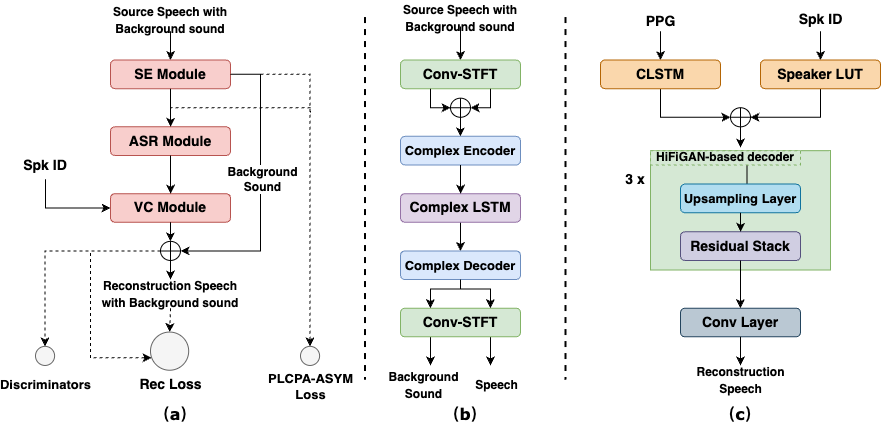
This is s2/model.drawio.png from yaoxunji/background_sound_vc, a draw.io export, as it was before one commit. Source tidied: cells renumbered, new cells last; positions are measured from the earlier drawing's top-left corner, leaving out a move shared by most shapes. Source of this version:
```xml
<mxGraphModel>
  <root>
    <mxCell id="0" />
    <mxCell id="1" parent="0" />
    <mxCell id="2" style="rounded=0;whiteSpace=wrap;html=1;fillColor=#d5e8d4;strokeColor=#82b366;" parent="1" vertex="1">
      <mxGeometry x="638" y="143.2" width="180" height="119.3" as="geometry" />
    </mxCell>
    <mxCell id="3" value="Conv-STFT" style="rounded=1;whiteSpace=wrap;html=1;fillColor=#d5e8d4;strokeColor=#82b366;fontStyle=1;fontSize=14;" parent="1" vertex="1">
      <mxGeometry x="388" y="52.5" width="120" height="28.6" as="geometry" />
    </mxCell>
    <mxCell id="4" style="shape=orEllipse;perimeter=ellipsePerimeter;whiteSpace=wrap;html=1;backgroundOutline=1;" parent="1" vertex="1">
      <mxGeometry x="438" y="90.7" width="20" height="19.1" as="geometry" />
    </mxCell>
    <mxCell id="5" style="edgeStyle=orthogonalEdgeStyle;rounded=0;jettySize=auto;html=1;exitX=0.25;exitY=1;exitDx=0;exitDy=0;entryX=0;entryY=0.5;entryDx=0;entryDy=0;" parent="1" edge="1" source="3" target="4">
      <mxGeometry relative="1" as="geometry">
        <Array as="points">
          <mxPoint x="418" y="100.2" />
        </Array>
      </mxGeometry>
    </mxCell>
    <mxCell id="6" style="edgeStyle=orthogonalEdgeStyle;rounded=0;jettySize=auto;html=1;exitX=0.75;exitY=1;exitDx=0;exitDy=0;entryX=1;entryY=0.5;entryDx=0;entryDy=0;" parent="1" edge="1" source="3" target="4">
      <mxGeometry relative="1" as="geometry">
        <Array as="points">
          <mxPoint x="478" y="100.2" />
        </Array>
      </mxGeometry>
    </mxCell>
    <mxCell id="7" value="Complex Encoder" style="rounded=1;whiteSpace=wrap;html=1;fillColor=#dae8fc;strokeColor=#6c8ebf;fontStyle=1;fontSize=13;" parent="1" vertex="1">
      <mxGeometry x="388" y="128.9" width="120" height="28.6" as="geometry" />
    </mxCell>
    <mxCell id="8" style="edgeStyle=orthogonalEdgeStyle;rounded=0;jettySize=auto;html=1;exitX=0.5;exitY=1;exitDx=0;exitDy=0;entryX=0.5;entryY=0;entryDx=0;entryDy=0;" parent="1" edge="1" source="4" target="7">
      <mxGeometry relative="1" as="geometry" />
    </mxCell>
    <mxCell id="9" value="Complex Decoder" style="rounded=1;whiteSpace=wrap;html=1;fillColor=#dae8fc;strokeColor=#6c8ebf;fontStyle=1;fontSize=13;" parent="1" vertex="1">
      <mxGeometry x="388" y="243.4" width="120" height="28.6" as="geometry" />
    </mxCell>
    <mxCell id="10" style="edgeStyle=orthogonalEdgeStyle;rounded=0;jettySize=auto;html=1;exitX=0.25;exitY=1;exitDx=0;exitDy=0;" parent="1" edge="1" source="12">
      <mxGeometry relative="1" as="geometry">
        <mxPoint x="418" y="358" as="targetPoint" />
      </mxGeometry>
    </mxCell>
    <mxCell id="11" style="edgeStyle=orthogonalEdgeStyle;rounded=0;jettySize=auto;html=1;exitX=0.75;exitY=1;exitDx=0;exitDy=0;" parent="1" edge="1" source="12">
      <mxGeometry relative="1" as="geometry">
        <mxPoint x="478" y="358" as="targetPoint" />
      </mxGeometry>
    </mxCell>
    <mxCell id="12" value="Conv-STFT" style="rounded=1;whiteSpace=wrap;html=1;fillColor=#d5e8d4;strokeColor=#82b366;fontStyle=1;fontSize=14;" parent="1" vertex="1">
      <mxGeometry x="388" y="300.7" width="120" height="28.6" as="geometry" />
    </mxCell>
    <mxCell id="13" style="edgeStyle=orthogonalEdgeStyle;rounded=0;jettySize=auto;html=1;exitX=0.5;exitY=1;exitDx=0;exitDy=0;entryX=0.25;entryY=0;entryDx=0;entryDy=0;" parent="1" edge="1" source="9" target="12">
      <mxGeometry relative="1" as="geometry">
        <Array as="points">
          <mxPoint x="448" y="281.6" />
          <mxPoint x="418" y="281.6" />
        </Array>
      </mxGeometry>
    </mxCell>
    <mxCell id="14" style="edgeStyle=orthogonalEdgeStyle;rounded=0;jettySize=auto;html=1;exitX=0.5;exitY=1;exitDx=0;exitDy=0;entryX=0.75;entryY=0;entryDx=0;entryDy=0;" parent="1" edge="1" source="9" target="12">
      <mxGeometry relative="1" as="geometry">
        <Array as="points">
          <mxPoint x="448" y="281.6" />
          <mxPoint x="478" y="281.6" />
        </Array>
      </mxGeometry>
    </mxCell>
    <mxCell id="15" style="edgeStyle=orthogonalEdgeStyle;rounded=0;jettySize=auto;html=1;exitX=0.5;exitY=1;exitDx=0;exitDy=0;entryX=0.5;entryY=0;entryDx=0;entryDy=0;" parent="1" edge="1" source="16" target="9">
      <mxGeometry relative="1" as="geometry" />
    </mxCell>
    <mxCell id="16" value="Complex LSTM" style="rounded=1;whiteSpace=wrap;html=1;fillColor=#e1d5e7;strokeColor=#9673a6;fontStyle=1;fontSize=14;" parent="1" vertex="1">
      <mxGeometry x="388" y="186.1" width="120" height="28.6" as="geometry" />
    </mxCell>
    <mxCell id="17" style="edgeStyle=orthogonalEdgeStyle;rounded=0;jettySize=auto;html=1;exitX=0.5;exitY=1;exitDx=0;exitDy=0;entryX=0.5;entryY=0;entryDx=0;entryDy=0;" parent="1" edge="1" source="7" target="16">
      <mxGeometry relative="1" as="geometry" />
    </mxCell>
    <mxCell id="18" style="edgeStyle=orthogonalEdgeStyle;rounded=0;jettySize=auto;html=1;exitX=0.5;exitY=1;exitDx=0;exitDy=0;entryX=0;entryY=0.5;entryDx=0;entryDy=0;endArrow=classic;endFill=1;" parent="1" edge="1" source="19" target="27">
      <mxGeometry relative="1" as="geometry" />
    </mxCell>
    <mxCell id="19" value="CLSTM" style="rounded=1;whiteSpace=wrap;html=1;fillColor=#fad7ac;strokeColor=#b46504;fontStyle=1;fontSize=14;" parent="1" vertex="1">
      <mxGeometry x="588" y="52.5" width="120" height="28.6" as="geometry" />
    </mxCell>
    <mxCell id="20" style="edgeStyle=orthogonalEdgeStyle;rounded=0;jettySize=auto;html=1;exitX=0.5;exitY=1;exitDx=0;exitDy=0;entryX=1;entryY=0.5;entryDx=0;entryDy=0;endArrow=classic;endFill=1;" parent="1" edge="1" source="21" target="27">
      <mxGeometry relative="1" as="geometry" />
    </mxCell>
    <mxCell id="21" value="Speaker LUT" style="rounded=1;whiteSpace=wrap;html=1;fillColor=#fad7ac;strokeColor=#b46504;fontStyle=1;fontSize=14;" parent="1" vertex="1">
      <mxGeometry x="748" y="52.5" width="120" height="28.6" as="geometry" />
    </mxCell>
    <mxCell id="22" style="edgeStyle=orthogonalEdgeStyle;rounded=0;jettySize=auto;html=1;exitX=0.5;exitY=0;exitDx=0;exitDy=0;entryX=0.643;entryY=0.965;entryDx=0;entryDy=0;entryPerimeter=0;endArrow=none;endFill=0;" parent="1" edge="1" source="23" target="70">
      <mxGeometry relative="1" as="geometry" />
    </mxCell>
    <mxCell id="23" value="Upsampling Layer" style="rounded=1;whiteSpace=wrap;html=1;fillColor=#b1ddf0;strokeColor=#10739e;fontStyle=1;fontSize=13;" parent="1" vertex="1">
      <mxGeometry x="668" y="176.6" width="120" height="28.6" as="geometry" />
    </mxCell>
    <mxCell id="24" value="Residual Stack" style="rounded=1;whiteSpace=wrap;html=1;fillColor=#d0cee2;strokeColor=#56517e;fontStyle=1;fontSize=14;" parent="1" vertex="1">
      <mxGeometry x="668" y="224.3" width="120" height="28.6" as="geometry" />
    </mxCell>
    <mxCell id="25" style="edgeStyle=orthogonalEdgeStyle;rounded=0;jettySize=auto;html=1;exitX=0.5;exitY=1;exitDx=0;exitDy=0;entryX=0.5;entryY=0;entryDx=0;entryDy=0;" parent="1" edge="1" source="23" target="24">
      <mxGeometry relative="1" as="geometry" />
    </mxCell>
    <mxCell id="26" style="edgeStyle=orthogonalEdgeStyle;rounded=0;jettySize=auto;html=1;exitX=0.5;exitY=1;exitDx=0;exitDy=0;endArrow=classic;endFill=1;" parent="1" edge="1" source="27">
      <mxGeometry relative="1" as="geometry">
        <mxPoint x="728" y="140" as="targetPoint" />
      </mxGeometry>
    </mxCell>
    <mxCell id="27" style="shape=orEllipse;perimeter=ellipsePerimeter;whiteSpace=wrap;html=1;backgroundOutline=1;" parent="1" vertex="1">
      <mxGeometry x="718" y="100.2" width="20" height="19.1" as="geometry" />
    </mxCell>
    <mxCell id="28" value="Conv Layer" style="rounded=1;whiteSpace=wrap;html=1;fillColor=#bac8d3;strokeColor=#23445d;fontStyle=1;fontSize=14;" parent="1" vertex="1">
      <mxGeometry x="668" y="300.7" width="120" height="28.6" as="geometry" />
    </mxCell>
    <mxCell id="29" style="edgeStyle=orthogonalEdgeStyle;rounded=0;jettySize=auto;html=1;exitX=0.5;exitY=1;exitDx=0;exitDy=0;entryX=0.5;entryY=0;entryDx=0;entryDy=0;" parent="1" edge="1" source="24" target="28">
      <mxGeometry relative="1" as="geometry" />
    </mxCell>
    <mxCell id="30" value="&lt;b style=&quot;font-size: 14px;&quot;&gt;&lt;font style=&quot;font-size: 14px;&quot;&gt;3 x&lt;/font&gt;&lt;/b&gt;" style="rounded=1;whiteSpace=wrap;html=1;strokeColor=none;fillColor=none;fontSize=14;" parent="1" vertex="1">
      <mxGeometry x="598" y="157.5" width="50" height="28.6" as="geometry" />
    </mxCell>
    <mxCell id="31" style="line;strokeWidth=2;direction=south;html=1;perimeter=backbonePerimeter;fontSize=14;fontColor=#D5E8D4;fillColor=#A9D4D4;dashed=1;" parent="1" vertex="1">
      <mxGeometry x="548" y="9.5" width="10" height="362.7" as="geometry" />
    </mxCell>
    <mxCell id="32" style="line;strokeWidth=2;direction=south;html=1;perimeter=backbonePerimeter;fontSize=14;fontColor=#D5E8D4;fillColor=#A9D4D4;dashed=1;" parent="1" vertex="1">
      <mxGeometry x="347.5" y="9.5" width="10" height="362.7" as="geometry" />
    </mxCell>
    <mxCell id="33" style="edgeStyle=orthogonalEdgeStyle;rounded=0;jettySize=auto;html=1;exitX=0.5;exitY=1;exitDx=0;exitDy=0;dashed=1;endArrow=none;endFill=0;" parent="1" edge="1" source="34">
      <mxGeometry relative="1" as="geometry">
        <mxPoint x="298" y="105" as="targetPoint" />
        <Array as="points">
          <mxPoint x="158" y="100.2" />
          <mxPoint x="298" y="100.2" />
        </Array>
      </mxGeometry>
    </mxCell>
    <mxCell id="34" value="SE Module" style="rounded=1;whiteSpace=wrap;html=1;fillColor=#f8cecc;strokeColor=#b85450;fontStyle=1;fontSize=14;" parent="1" vertex="1">
      <mxGeometry x="98" y="52.5" width="120" height="28.6" as="geometry" />
    </mxCell>
    <mxCell id="35" value="ASR Module" style="rounded=1;whiteSpace=wrap;html=1;fillColor=#f8cecc;strokeColor=#b85450;fontStyle=1;fontSize=14;" parent="1" vertex="1">
      <mxGeometry x="98" y="119.3" width="120" height="28.6" as="geometry" />
    </mxCell>
    <mxCell id="36" style="edgeStyle=orthogonalEdgeStyle;rounded=0;jettySize=auto;html=1;exitX=0.5;exitY=1;exitDx=0;exitDy=0;fontSize=14;fontColor=#D5E8D4;" parent="1" edge="1" source="34" target="35">
      <mxGeometry relative="1" as="geometry" />
    </mxCell>
    <mxCell id="37" value="VC Module" style="rounded=1;whiteSpace=wrap;html=1;fillColor=#f8cecc;strokeColor=#b85450;fontStyle=1;fontSize=14;" parent="1" vertex="1">
      <mxGeometry x="98" y="186.1" width="120" height="28.6" as="geometry" />
    </mxCell>
    <mxCell id="38" style="edgeStyle=orthogonalEdgeStyle;rounded=0;jettySize=auto;html=1;exitX=0.5;exitY=1;exitDx=0;exitDy=0;entryX=0.5;entryY=0;entryDx=0;entryDy=0;fontSize=14;fontColor=#D5E8D4;" parent="1" edge="1" source="35" target="37">
      <mxGeometry relative="1" as="geometry" />
    </mxCell>
    <mxCell id="39" style="shape=orEllipse;perimeter=ellipsePerimeter;whiteSpace=wrap;html=1;backgroundOutline=1;" parent="1" vertex="1">
      <mxGeometry x="148" y="233.9" width="20" height="19.1" as="geometry" />
    </mxCell>
    <mxCell id="40" style="edgeStyle=orthogonalEdgeStyle;rounded=0;jettySize=auto;html=1;exitX=1;exitY=0.5;exitDx=0;exitDy=0;entryX=1;entryY=0.5;entryDx=0;entryDy=0;fontSize=14;fontColor=#D5E8D4;" parent="1" edge="1" source="34" target="39">
      <mxGeometry relative="1" as="geometry">
        <Array as="points">
          <mxPoint x="248" y="66.8" />
          <mxPoint x="248" y="243.4" />
        </Array>
      </mxGeometry>
    </mxCell>
    <mxCell id="41" value="&lt;font style=&quot;font-size: 12px;&quot;&gt;&lt;b&gt;Background&lt;br&gt;Sound&lt;br&gt;&lt;/b&gt;&lt;/font&gt;" style="edgeLabel;html=1;align=center;verticalAlign=middle;" parent="40" vertex="1">
      <mxGeometry x="-0.15" y="2" relative="1" as="geometry">
        <mxPoint x="-1" y="14" as="offset" />
      </mxGeometry>
    </mxCell>
    <mxCell id="42" style="edgeStyle=orthogonalEdgeStyle;rounded=0;jettySize=auto;html=1;exitX=0.5;exitY=1;exitDx=0;exitDy=0;entryX=0.5;entryY=0;entryDx=0;entryDy=0;fontSize=14;fontColor=#D5E8D4;" parent="1" edge="1" source="37" target="39">
      <mxGeometry relative="1" as="geometry" />
    </mxCell>
    <mxCell id="43" style="edgeStyle=orthogonalEdgeStyle;rounded=0;jettySize=auto;html=1;exitX=0.5;exitY=1;exitDx=0;exitDy=0;entryX=0;entryY=0.5;entryDx=0;entryDy=0;fontSize=14;endArrow=classic;endFill=1;" parent="1" edge="1" source="44" target="37">
      <mxGeometry relative="1" as="geometry">
        <Array as="points">
          <mxPoint x="33" y="200.5" />
        </Array>
      </mxGeometry>
    </mxCell>
    <mxCell id="44" value="&lt;font style=&quot;font-size: 14px;&quot;&gt;Spk ID&lt;/font&gt;" style="rounded=1;whiteSpace=wrap;html=1;strokeColor=none;fillColor=none;fontStyle=1;" parent="1" vertex="1">
      <mxGeometry x="8" y="143.2" width="50" height="28.6" as="geometry" />
    </mxCell>
    <mxCell id="45" style="edgeStyle=orthogonalEdgeStyle;rounded=0;jettySize=auto;html=1;exitX=0.5;exitY=1;exitDx=0;exitDy=0;entryX=0.5;entryY=0;entryDx=0;entryDy=0;fontSize=12;fontColor=#D5E8D4;" parent="1" edge="1" source="46" target="3">
      <mxGeometry relative="1" as="geometry" />
    </mxCell>
    <mxCell id="46" value="&lt;b&gt;&lt;font style=&quot;font-size: 12px;&quot;&gt;Source Speech with Background sound&lt;/font&gt;&lt;/b&gt;" style="rounded=1;whiteSpace=wrap;html=1;strokeColor=none;fillColor=none;fontSize=14;" parent="1" vertex="1">
      <mxGeometry x="379.2" width="137.5" height="19.1" as="geometry" />
    </mxCell>
    <mxCell id="47" value="&lt;b style=&quot;font-size: 12px; background-color: rgb(255, 255, 255);&quot;&gt;Background&lt;br&gt;Sound&lt;/b&gt;" style="rounded=1;whiteSpace=wrap;html=1;strokeColor=none;fillColor=none;fontSize=14;" parent="1" vertex="1">
      <mxGeometry x="379.2" y="362.7" width="65" height="28.6" as="geometry" />
    </mxCell>
    <mxCell id="48" value="&lt;b style=&quot;&quot;&gt;&lt;font style=&quot;font-size: 12px;&quot;&gt;Speech&lt;/font&gt;&lt;/b&gt;" style="rounded=1;whiteSpace=wrap;html=1;strokeColor=none;fillColor=none;fontSize=14;" parent="1" vertex="1">
      <mxGeometry x="451.8" y="362.7" width="65" height="28.6" as="geometry" />
    </mxCell>
    <mxCell id="49" value="&lt;b style=&quot;font-size: 12px;&quot;&gt;&lt;font style=&quot;font-size: 12px;&quot;&gt;Reconstruction&lt;br style=&quot;&quot;&gt;Speech&lt;/font&gt;&lt;/b&gt;" style="rounded=1;whiteSpace=wrap;html=1;strokeColor=none;fillColor=none;fontSize=14;" parent="1" vertex="1">
      <mxGeometry x="695.5" y="358" width="65" height="28.6" as="geometry" />
    </mxCell>
    <mxCell id="50" style="edgeStyle=orthogonalEdgeStyle;rounded=0;jettySize=auto;html=1;exitX=0.5;exitY=1;exitDx=0;exitDy=0;entryX=0.5;entryY=0;entryDx=0;entryDy=0;" parent="1" edge="1" source="28" target="49">
      <mxGeometry relative="1" as="geometry" />
    </mxCell>
    <mxCell id="51" value="&lt;font style=&quot;font-size: 12px;&quot;&gt;&lt;b style=&quot;&quot;&gt;&lt;font style=&quot;font-size: 12px;&quot;&gt;Reconstruction&amp;nbsp;&lt;/font&gt;&lt;/b&gt;&lt;b&gt;Speech &lt;br&gt;with Background sound&lt;/b&gt;&lt;/font&gt;&lt;b style=&quot;font-size: 14px;&quot;&gt;&lt;font style=&quot;font-size: 14px;&quot;&gt;&lt;br style=&quot;font-size: 14px;&quot;&gt;&lt;/font&gt;&lt;/b&gt;" style="rounded=1;whiteSpace=wrap;html=1;strokeColor=none;fillColor=none;fontSize=14;" parent="1" vertex="1">
      <mxGeometry x="78" y="272" width="160" height="28.6" as="geometry" />
    </mxCell>
    <mxCell id="52" style="edgeStyle=orthogonalEdgeStyle;rounded=0;jettySize=auto;html=1;exitX=0.5;exitY=1;exitDx=0;exitDy=0;entryX=0.5;entryY=0;entryDx=0;entryDy=0;fontSize=12;" parent="1" edge="1" source="39" target="51">
      <mxGeometry relative="1" as="geometry" />
    </mxCell>
    <mxCell id="53" style="edgeStyle=orthogonalEdgeStyle;rounded=0;jettySize=auto;html=1;entryX=0.5;entryY=0;entryDx=0;entryDy=0;fontSize=12;fontColor=#D5E8D4;" parent="1" edge="1" source="54" target="34">
      <mxGeometry relative="1" as="geometry" />
    </mxCell>
    <mxCell id="54" value="&lt;b&gt;&lt;font style=&quot;font-size: 12px;&quot;&gt;Source Speech with Background sound&lt;/font&gt;&lt;/b&gt;" style="rounded=1;whiteSpace=wrap;html=1;strokeColor=none;fillColor=none;fontSize=14;" parent="1" vertex="1">
      <mxGeometry x="84.9" width="146.2" height="23.9" as="geometry" />
    </mxCell>
    <mxCell id="55" style="edgeStyle=orthogonalEdgeStyle;rounded=0;jettySize=auto;html=1;entryX=0.5;entryY=0;entryDx=0;entryDy=0;fontSize=12;fontColor=#D5E8D4;" parent="1" edge="1" source="56" target="19">
      <mxGeometry relative="1" as="geometry" />
    </mxCell>
    <mxCell id="56" value="&lt;b style=&quot;font-size: 14px;&quot;&gt;&lt;font style=&quot;font-size: 14px;&quot;&gt;PPG&lt;/font&gt;&lt;/b&gt;" style="rounded=1;whiteSpace=wrap;html=1;strokeColor=none;fillColor=none;fontSize=14;" parent="1" vertex="1">
      <mxGeometry x="615.5" y="4.8" width="65" height="19.1" as="geometry" />
    </mxCell>
    <mxCell id="57" style="edgeStyle=orthogonalEdgeStyle;rounded=0;jettySize=auto;html=1;fontSize=12;fontColor=#D5E8D4;" parent="1" edge="1" source="58" target="21">
      <mxGeometry relative="1" as="geometry" />
    </mxCell>
    <mxCell id="58" value="&lt;span style=&quot;font-size: 14px;&quot;&gt;&lt;font style=&quot;font-size: 14px;&quot;&gt;Spk ID&lt;/font&gt;&lt;/span&gt;" style="rounded=1;whiteSpace=wrap;html=1;strokeColor=none;fillColor=none;fontSize=14;fontStyle=1;" parent="1" vertex="1">
      <mxGeometry x="775.5" width="65" height="23.9" as="geometry" />
    </mxCell>
    <mxCell id="59" value="&lt;b style=&quot;&quot;&gt;&lt;font style=&quot;&quot;&gt;&lt;font style=&quot;font-size: 16px;&quot; face=&quot;Verdana&quot;&gt;（a）&lt;/font&gt;&lt;br&gt;&lt;/font&gt;&lt;/b&gt;" style="rounded=1;whiteSpace=wrap;html=1;strokeColor=none;fillColor=none;fontSize=12;" parent="1" vertex="1">
      <mxGeometry x="128" y="391.4" width="70" height="28.6" as="geometry" />
    </mxCell>
    <mxCell id="60" value="&lt;b style=&quot;&quot;&gt;&lt;font style=&quot;&quot;&gt;&lt;font style=&quot;font-size: 16px;&quot; face=&quot;Verdana&quot;&gt;（c）&lt;/font&gt;&lt;br&gt;&lt;/font&gt;&lt;/b&gt;" style="rounded=1;whiteSpace=wrap;html=1;strokeColor=none;fillColor=none;fontSize=12;" parent="1" vertex="1">
      <mxGeometry x="693" y="391.4" width="70" height="28.6" as="geometry" />
    </mxCell>
    <mxCell id="61" value="&lt;b style=&quot;&quot;&gt;&lt;font style=&quot;&quot;&gt;&lt;font style=&quot;font-size: 16px;&quot; face=&quot;Verdana&quot;&gt;（b）&lt;/font&gt;&lt;br&gt;&lt;/font&gt;&lt;/b&gt;" style="rounded=1;whiteSpace=wrap;html=1;strokeColor=none;fillColor=none;fontSize=12;" parent="1" vertex="1">
      <mxGeometry x="418" y="391.4" width="70" height="28.6" as="geometry" />
    </mxCell>
    <mxCell id="62" style="ellipse;whiteSpace=wrap;html=1;fontSize=12;fillColor=#f5f5f5;strokeColor=#666666;fontColor=#333333;" parent="1" vertex="1">
      <mxGeometry x="138" y="324.5" width="38.2" height="38.2" as="geometry" />
    </mxCell>
    <mxCell id="63" style="edgeStyle=orthogonalEdgeStyle;rounded=0;jettySize=auto;html=1;exitX=0;exitY=0.5;exitDx=0;exitDy=0;entryX=0.025;entryY=0.675;entryDx=0;entryDy=0;entryPerimeter=0;dashed=1;fontSize=14;endArrow=classic;endFill=1;" parent="1" edge="1" source="39" target="62">
      <mxGeometry relative="1" as="geometry">
        <Array as="points">
          <mxPoint x="78" y="243.4" />
          <mxPoint x="78" y="350.3" />
        </Array>
      </mxGeometry>
    </mxCell>
    <mxCell id="64" style="edgeStyle=orthogonalEdgeStyle;rounded=0;jettySize=auto;html=1;exitX=0.5;exitY=1;exitDx=0;exitDy=0;entryX=0.5;entryY=0;entryDx=0;entryDy=0;fontSize=14;endArrow=classic;endFill=1;dashed=1;" parent="1" edge="1" source="51" target="62">
      <mxGeometry relative="1" as="geometry" />
    </mxCell>
    <mxCell id="65" value="&lt;b style=&quot;font-size: 14px;&quot;&gt;&lt;font style=&quot;font-size: 14px;&quot;&gt;Rec Loss&lt;/font&gt;&lt;/b&gt;" style="rounded=1;whiteSpace=wrap;html=1;strokeColor=none;fillColor=none;fontSize=14;" parent="1" vertex="1">
      <mxGeometry x="125.5" y="362.7" width="65" height="28.6" as="geometry" />
    </mxCell>
    <mxCell id="66" style="ellipse;whiteSpace=wrap;html=1;fontSize=12;fillColor=#f5f5f5;fontColor=#333333;strokeColor=#666666;" parent="1" vertex="1">
      <mxGeometry x="23" y="338.9" width="19.1" height="19.1" as="geometry" />
    </mxCell>
    <mxCell id="67" style="edgeStyle=orthogonalEdgeStyle;rounded=0;jettySize=auto;html=1;exitX=0;exitY=0.5;exitDx=0;exitDy=0;entryX=0.5;entryY=0;entryDx=0;entryDy=0;dashed=1;fontSize=14;endArrow=classic;endFill=1;" parent="1" edge="1" source="39" target="66">
      <mxGeometry relative="1" as="geometry" />
    </mxCell>
    <mxCell id="68" value="&lt;b style=&quot;font-size: 13px;&quot;&gt;&lt;font style=&quot;font-size: 13px;&quot;&gt;Discriminators&lt;/font&gt;&lt;/b&gt;" style="rounded=1;whiteSpace=wrap;html=1;strokeColor=none;fillColor=none;fontSize=13;" parent="1" vertex="1">
      <mxGeometry x="0.5" y="362.7" width="65" height="28.6" as="geometry" />
    </mxCell>
    <mxCell id="69" value="&lt;b style=&quot;font-size: 13px;&quot;&gt;&lt;font style=&quot;font-size: 13px;&quot;&gt;PLCPA-ASYM Loss&lt;/font&gt;&lt;/b&gt;" style="rounded=1;whiteSpace=wrap;html=1;strokeColor=none;fillColor=none;fontSize=13;" parent="1" vertex="1">
      <mxGeometry x="248.5" y="362.7" width="99" height="33.4" as="geometry" />
    </mxCell>
    <mxCell id="70" value="HiFiGAN-based decoder" style="rounded=0;whiteSpace=wrap;html=1;fontSize=12;dashed=1;fillColor=#d5e8d4;strokeColor=#82b366;fontStyle=1;" parent="1" vertex="1">
      <mxGeometry x="638" y="143.2" width="150" height="14.3" as="geometry" />
    </mxCell>
    <mxCell id="71" style="ellipse;whiteSpace=wrap;html=1;fontSize=12;fillColor=#f5f5f5;fontColor=#333333;strokeColor=#666666;" parent="1" vertex="1">
      <mxGeometry x="288" y="338.9" width="19.1" height="19.1" as="geometry" />
    </mxCell>
    <mxCell id="72" style="edgeStyle=orthogonalEdgeStyle;rounded=0;jettySize=auto;html=1;dashed=1;fontSize=12;entryX=0.5;entryY=0;entryDx=0;entryDy=0;" parent="1" edge="1" source="34" target="71">
      <mxGeometry relative="1" as="geometry" />
    </mxCell>
  </root>
</mxGraphModel>
```
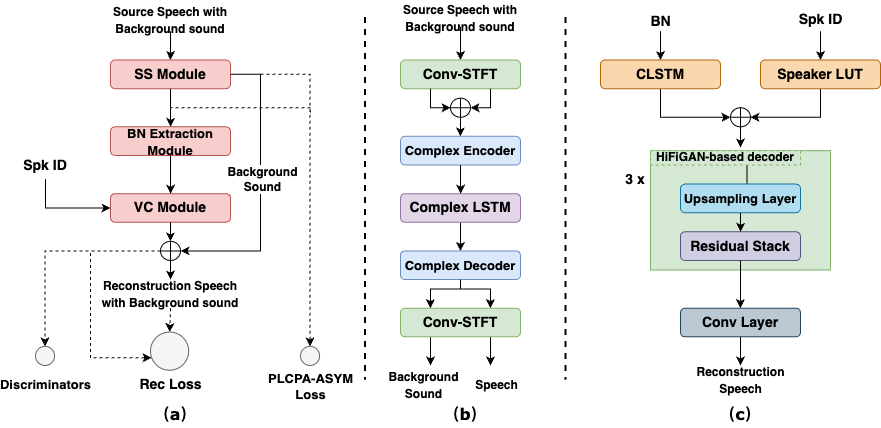
The same diagram one commit later.

Diff of the diagram source:
```diff
@@ -128,10 +128,10 @@
         </Array>
       </mxGeometry>
     </mxCell>
-    <mxCell id="34" value="SE Module" style="rounded=1;whiteSpace=wrap;html=1;fillColor=#f8cecc;strokeColor=#b85450;fontStyle=1;fontSize=14;" parent="1" vertex="1">
+    <mxCell id="34" value="SS Module" style="rounded=1;whiteSpace=wrap;html=1;fillColor=#f8cecc;strokeColor=#b85450;fontStyle=1;fontSize=14;" parent="1" vertex="1">
       <mxGeometry x="98" y="52.5" width="120" height="28.6" as="geometry" />
     </mxCell>
-    <mxCell id="35" value="ASR Module" style="rounded=1;whiteSpace=wrap;html=1;fillColor=#f8cecc;strokeColor=#b85450;fontStyle=1;fontSize=14;" parent="1" vertex="1">
+    <mxCell id="35" value="&lt;font style=&quot;font-size: 13px;&quot;&gt;BN Extraction Module&lt;/font&gt;" style="rounded=1;whiteSpace=wrap;html=1;fillColor=#f8cecc;strokeColor=#b85450;fontStyle=1;fontSize=14;" parent="1" vertex="1">
       <mxGeometry x="98" y="119.3" width="120" height="28.6" as="geometry" />
     </mxCell>
     <mxCell id="36" style="edgeStyle=orthogonalEdgeStyle;rounded=0;jettySize=auto;html=1;exitX=0.5;exitY=1;exitDx=0;exitDy=0;fontSize=14;fontColor=#D5E8D4;" parent="1" edge="1" source="34" target="35">
@@ -205,7 +205,7 @@
     <mxCell id="55" style="edgeStyle=orthogonalEdgeStyle;rounded=0;jettySize=auto;html=1;entryX=0.5;entryY=0;entryDx=0;entryDy=0;fontSize=12;fontColor=#D5E8D4;" parent="1" edge="1" source="56" target="19">
       <mxGeometry relative="1" as="geometry" />
     </mxCell>
-    <mxCell id="56" value="&lt;b style=&quot;font-size: 14px;&quot;&gt;&lt;font style=&quot;font-size: 14px;&quot;&gt;PPG&lt;/font&gt;&lt;/b&gt;" style="rounded=1;whiteSpace=wrap;html=1;strokeColor=none;fillColor=none;fontSize=14;" parent="1" vertex="1">
+    <mxCell id="56" value="&lt;b&gt;BN&lt;/b&gt;" style="rounded=1;whiteSpace=wrap;html=1;strokeColor=none;fillColor=none;fontSize=14;" parent="1" vertex="1">
       <mxGeometry x="615.5" y="4.8" width="65" height="19.1" as="geometry" />
     </mxCell>
     <mxCell id="57" style="edgeStyle=orthogonalEdgeStyle;rounded=0;jettySize=auto;html=1;fontSize=12;fontColor=#D5E8D4;" parent="1" edge="1" source="58" target="21">
```
